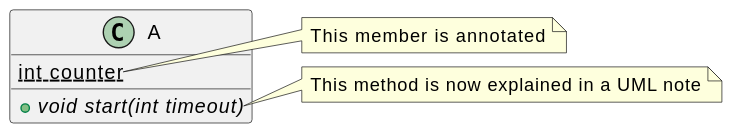
Before: test/nonreg/graphml/docs/classdiagram/GML0041_Test.svg, a diagram exported from PlantUML (plantuml/plantuml).
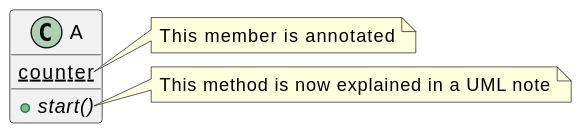
The same file after the commit.

Diff of the diagram source:
```diff
@@ -1,7 +1,7 @@
 @startuml
 class A {
-{static} int counter
-+void {abstract} start(int timeout)
+{static}  counter
++{abstract} start()
 }
 note right of A::counter
   This member is annotated
```
